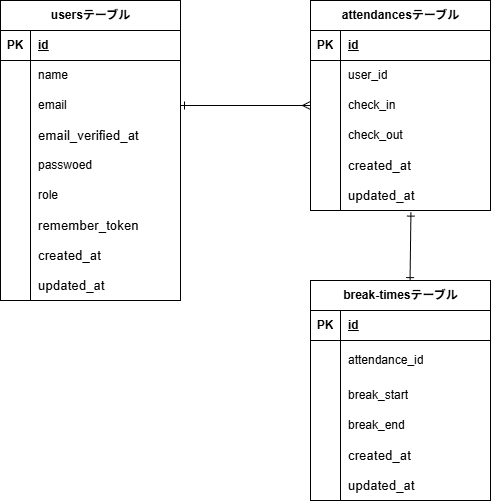
The draw.io diagram .drawio.png in miho-85-ux/TimeandAttendanceManagement, before a commit. Source tidied: cells renumbered, new cells last; positions are measured from the earlier drawing's top-left corner, leaving out a move shared by most shapes.
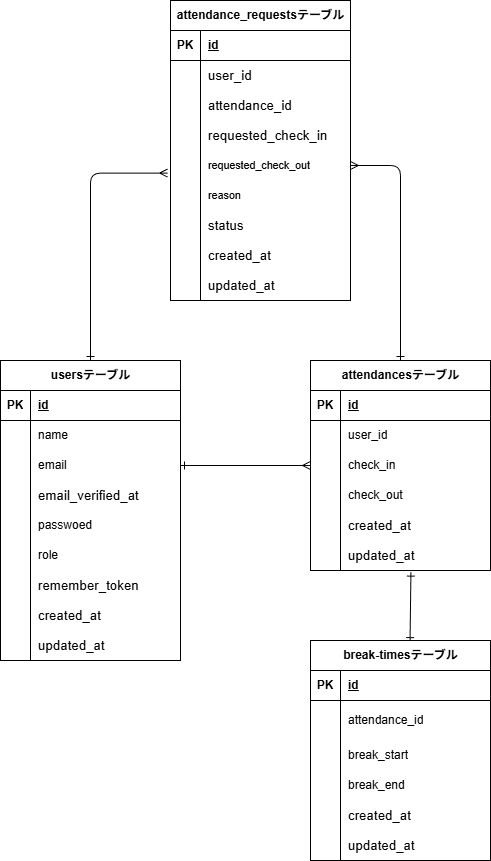
The same diagram one commit later.

Change to the diagram source:
```diff
@@ -2,6 +2,9 @@
   <root>
     <mxCell id="0" />
     <mxCell id="1" parent="0" />
+    <mxCell id="70" style="edgeStyle=orthogonalEdgeStyle;html=1;entryX=-0.016;entryY=0.753;entryDx=0;entryDy=0;entryPerimeter=0;endArrow=ERmany;endFill=0;startArrow=ERone;startFill=0;" parent="1" edge="1" source="2" target="85">
+      <mxGeometry relative="1" as="geometry" />
+    </mxCell>
     <mxCell id="2" value="usersテーブル" style="shape=table;startSize=30;rowLines=0;fontStyle=1;align=center;html=1;" parent="1" vertex="1">
       <mxGeometry width="180" height="300" as="geometry" />
     </mxCell>
@@ -146,6 +149,9 @@
     <mxCell id="49" value="&lt;span style=&quot;color: rgb(0, 0, 0); font-family: Arial; font-size: 13.3333px;&quot;&gt;updated_at&lt;/span&gt;" style="shape=partialRectangle;fillColor=none;top=0;left=0;bottom=0;right=0;align=left;spacingLeft=6;overflow=hidden;whiteSpace=wrap;html=1;" parent="47" vertex="1">
       <mxGeometry x="30" width="150" height="30" as="geometry" />
     </mxCell>
+    <mxCell id="71" style="edgeStyle=orthogonalEdgeStyle;html=1;entryX=1;entryY=0.5;entryDx=0;entryDy=0;endArrow=ERmany;endFill=0;startArrow=ERone;startFill=0;" parent="1" edge="1" source="50" target="85">
+      <mxGeometry relative="1" as="geometry" />
+    </mxCell>
     <mxCell id="50" value="&lt;span style=&quot;color: rgb(0, 0, 0);&quot;&gt;attendancesテーブル&lt;/span&gt;" style="shape=table;startSize=30;rowLines=0;fontStyle=1;align=center;html=1;" parent="1" vertex="1">
       <mxGeometry x="310" width="180" height="210" as="geometry" />
     </mxCell>
@@ -206,5 +212,89 @@
     <mxCell id="69" style="edgeStyle=none;html=1;exitX=1;exitY=0.5;exitDx=0;exitDy=0;entryX=0;entryY=0.5;entryDx=0;entryDy=0;endArrow=ERmany;endFill=0;startArrow=ERone;startFill=0;" parent="1" edge="1" source="9" target="57">
       <mxGeometry relative="1" as="geometry" />
     </mxCell>
+    <mxCell id="72" value="attendance_requestsテーブル" style="shape=table;startSize=30;rowLines=0;fontStyle=1;align=center;html=1;" parent="1" vertex="1">
+      <mxGeometry x="170" y="-360" width="180" height="300" as="geometry" />
+    </mxCell>
+    <mxCell id="73" style="shape=tableRow;horizontal=0;startSize=0;swimlaneHead=0;swimlaneBody=0;fillColor=none;top=0;left=0;right=0;bottom=1;" parent="72" vertex="1">
+      <mxGeometry y="30" width="180" height="30" as="geometry" />
+    </mxCell>
+    <mxCell id="74" value="PK" style="shape=partialRectangle;fillColor=none;top=0;left=0;bottom=0;right=0;fontStyle=1;overflow=hidden;whiteSpace=wrap;html=1;" parent="73" vertex="1">
+      <mxGeometry width="30" height="30" as="geometry" />
+    </mxCell>
+    <mxCell id="75" value="id" style="shape=partialRectangle;fillColor=none;top=0;left=0;bottom=0;right=0;align=left;spacingLeft=6;fontStyle=5;overflow=hidden;whiteSpace=wrap;html=1;" parent="73" vertex="1">
+      <mxGeometry x="30" width="150" height="30" as="geometry" />
+    </mxCell>
+    <mxCell id="76" style="shape=tableRow;horizontal=0;startSize=0;swimlaneHead=0;swimlaneBody=0;fillColor=none;top=0;left=0;right=0;bottom=0;" parent="72" vertex="1">
+      <mxGeometry y="60" width="180" height="30" as="geometry" />
+    </mxCell>
+    <mxCell id="77" style="shape=partialRectangle;fillColor=none;top=0;left=0;bottom=0;right=0;overflow=hidden;whiteSpace=wrap;html=1;" parent="76" vertex="1">
+      <mxGeometry width="30" height="30" as="geometry" />
+    </mxCell>
+    <mxCell id="78" value="&lt;span style=&quot;color: rgb(0, 0, 0); font-size: 10pt; font-family: Arial;&quot;&gt;user_id&lt;/span&gt;" style="shape=partialRectangle;fillColor=none;top=0;left=0;bottom=0;right=0;align=left;spacingLeft=6;overflow=hidden;whiteSpace=wrap;html=1;" parent="76" vertex="1">
+      <mxGeometry x="30" width="150" height="30" as="geometry" />
+    </mxCell>
+    <mxCell id="79" style="shape=tableRow;horizontal=0;startSize=0;swimlaneHead=0;swimlaneBody=0;fillColor=none;top=0;left=0;right=0;bottom=0;" parent="72" vertex="1">
+      <mxGeometry y="90" width="180" height="30" as="geometry" />
+    </mxCell>
+    <mxCell id="80" style="shape=partialRectangle;fillColor=none;top=0;left=0;bottom=0;right=0;overflow=hidden;whiteSpace=wrap;html=1;" parent="79" vertex="1">
+      <mxGeometry width="30" height="30" as="geometry" />
+    </mxCell>
+    <mxCell id="81" value="&lt;span style=&quot;color: rgb(0, 0, 0); font-size: 10pt; font-family: Arial;&quot;&gt;attendance_id&lt;/span&gt;" style="shape=partialRectangle;fillColor=none;top=0;left=0;bottom=0;right=0;align=left;spacingLeft=6;overflow=hidden;whiteSpace=wrap;html=1;" parent="79" vertex="1">
+      <mxGeometry x="30" width="150" height="30" as="geometry" />
+    </mxCell>
+    <mxCell id="82" style="shape=tableRow;horizontal=0;startSize=0;swimlaneHead=0;swimlaneBody=0;fillColor=none;top=0;left=0;right=0;bottom=0;" parent="72" vertex="1">
+      <mxGeometry y="120" width="180" height="30" as="geometry" />
+    </mxCell>
+    <mxCell id="83" style="shape=partialRectangle;fillColor=none;top=0;left=0;bottom=0;right=0;overflow=hidden;whiteSpace=wrap;html=1;" parent="82" vertex="1">
+      <mxGeometry width="30" height="30" as="geometry" />
+    </mxCell>
+    <mxCell id="84" value="&lt;span style=&quot;color: rgb(0, 0, 0); font-size: 10pt; font-family: Arial;&quot;&gt;requested_check_in&lt;/span&gt;" style="shape=partialRectangle;fillColor=none;top=0;left=0;bottom=0;right=0;align=left;spacingLeft=6;overflow=hidden;whiteSpace=wrap;html=1;" parent="82" vertex="1">
+      <mxGeometry x="30" width="150" height="30" as="geometry" />
+    </mxCell>
+    <mxCell id="85" style="shape=tableRow;horizontal=0;startSize=0;swimlaneHead=0;swimlaneBody=0;fillColor=none;points=[[0,0.5],[1,0.5]];portConstraint=eastwest;top=0;left=0;right=0;bottom=0;" parent="72" vertex="1">
+      <mxGeometry y="150" width="180" height="30" as="geometry" />
+    </mxCell>
+    <mxCell id="86" style="shape=partialRectangle;fillColor=none;top=0;left=0;bottom=0;right=0;overflow=hidden;whiteSpace=wrap;html=1;" parent="85" vertex="1">
+      <mxGeometry width="30" height="30" as="geometry" />
+    </mxCell>
+    <mxCell id="87" value="&lt;span style=&quot;color: rgb(0, 0, 0); font-size: 8pt; font-family: Arial;&quot;&gt;requested_check_out&lt;/span&gt;" style="shape=partialRectangle;fillColor=none;top=0;left=0;bottom=0;right=0;align=left;spacingLeft=6;overflow=hidden;whiteSpace=wrap;html=1;" parent="85" vertex="1">
+      <mxGeometry x="30" width="150" height="30" as="geometry" />
+    </mxCell>
+    <mxCell id="88" style="shape=tableRow;horizontal=0;startSize=0;swimlaneHead=0;swimlaneBody=0;fillColor=none;top=0;left=0;right=0;bottom=0;" parent="72" vertex="1">
+      <mxGeometry y="180" width="180" height="30" as="geometry" />
+    </mxCell>
+    <mxCell id="89" style="shape=partialRectangle;fillColor=none;top=0;left=0;bottom=0;right=0;overflow=hidden;whiteSpace=wrap;html=1;" parent="88" vertex="1">
+      <mxGeometry width="30" height="30" as="geometry" />
+    </mxCell>
+    <mxCell id="90" value="&lt;span style=&quot;color: rgb(0, 0, 0); font-size: 8pt; font-family: Arial;&quot;&gt;reason&lt;/span&gt;" style="shape=partialRectangle;fillColor=none;top=0;left=0;bottom=0;right=0;align=left;spacingLeft=6;overflow=hidden;whiteSpace=wrap;html=1;" parent="88" vertex="1">
+      <mxGeometry x="30" width="150" height="30" as="geometry" />
+    </mxCell>
+    <mxCell id="91" style="shape=tableRow;horizontal=0;startSize=0;swimlaneHead=0;swimlaneBody=0;fillColor=none;top=0;left=0;right=0;bottom=0;" parent="72" vertex="1">
+      <mxGeometry y="210" width="180" height="30" as="geometry" />
+    </mxCell>
+    <mxCell id="92" style="shape=partialRectangle;fillColor=none;top=0;left=0;bottom=0;right=0;overflow=hidden;whiteSpace=wrap;html=1;" parent="91" vertex="1">
+      <mxGeometry width="30" height="30" as="geometry" />
+    </mxCell>
+    <mxCell id="93" value="&lt;span style=&quot;color: rgb(0, 0, 0); font-size: 10pt; font-family: Arial;&quot;&gt;status&lt;/span&gt;" style="shape=partialRectangle;fillColor=none;top=0;left=0;bottom=0;right=0;align=left;spacingLeft=6;overflow=hidden;whiteSpace=wrap;html=1;" parent="91" vertex="1">
+      <mxGeometry x="30" width="150" height="30" as="geometry" />
+    </mxCell>
+    <mxCell id="94" style="shape=tableRow;horizontal=0;startSize=0;swimlaneHead=0;swimlaneBody=0;fillColor=none;top=0;left=0;right=0;bottom=0;" parent="72" vertex="1">
+      <mxGeometry y="240" width="180" height="30" as="geometry" />
+    </mxCell>
+    <mxCell id="95" style="shape=partialRectangle;fillColor=none;top=0;left=0;bottom=0;right=0;overflow=hidden;whiteSpace=wrap;html=1;" parent="94" vertex="1">
+      <mxGeometry width="30" height="30" as="geometry" />
+    </mxCell>
+    <mxCell id="96" value="&lt;span style=&quot;color: rgb(0, 0, 0); font-size: 10pt; font-family: Arial;&quot;&gt;created_at&lt;/span&gt;" style="shape=partialRectangle;fillColor=none;top=0;left=0;bottom=0;right=0;align=left;spacingLeft=6;overflow=hidden;whiteSpace=wrap;html=1;" parent="94" vertex="1">
+      <mxGeometry x="30" width="150" height="30" as="geometry" />
+    </mxCell>
+    <mxCell id="97" style="shape=tableRow;horizontal=0;startSize=0;swimlaneHead=0;swimlaneBody=0;fillColor=none;top=0;left=0;right=0;bottom=0;" parent="72" vertex="1">
+      <mxGeometry y="270" width="180" height="30" as="geometry" />
+    </mxCell>
+    <mxCell id="98" style="shape=partialRectangle;fillColor=none;top=0;left=0;bottom=0;right=0;overflow=hidden;whiteSpace=wrap;html=1;" parent="97" vertex="1">
+      <mxGeometry width="30" height="30" as="geometry" />
+    </mxCell>
+    <mxCell id="99" value="&lt;span style=&quot;color: rgb(0, 0, 0); font-size: 10pt; font-family: Arial;&quot;&gt;updated_at&lt;/span&gt;" style="shape=partialRectangle;fillColor=none;top=0;left=0;bottom=0;right=0;align=left;spacingLeft=6;overflow=hidden;whiteSpace=wrap;html=1;" parent="97" vertex="1">
+      <mxGeometry x="30" width="150" height="30" as="geometry" />
+    </mxCell>
   </root>
 </mxGraphModel>
```
